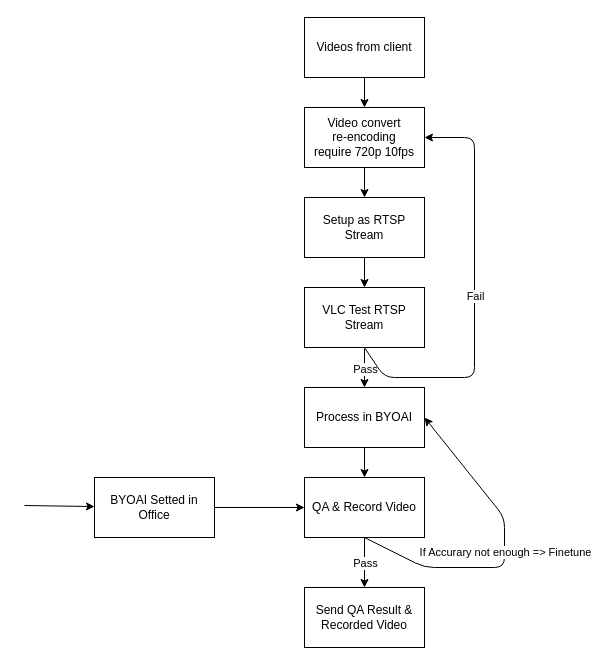
Earlier version of the draw.io diagram BYOAI Work Flow.drawio (QAlexBall/diagrams). Source tidied: cells renumbered, new cells numbered last; positions are measured from the earlier drawing's top-left corner, leaving out a move shared by most shapes. Both pictures are drawn from the tidied source at 100%, with x=0, y=0 at pixel (24, 17).
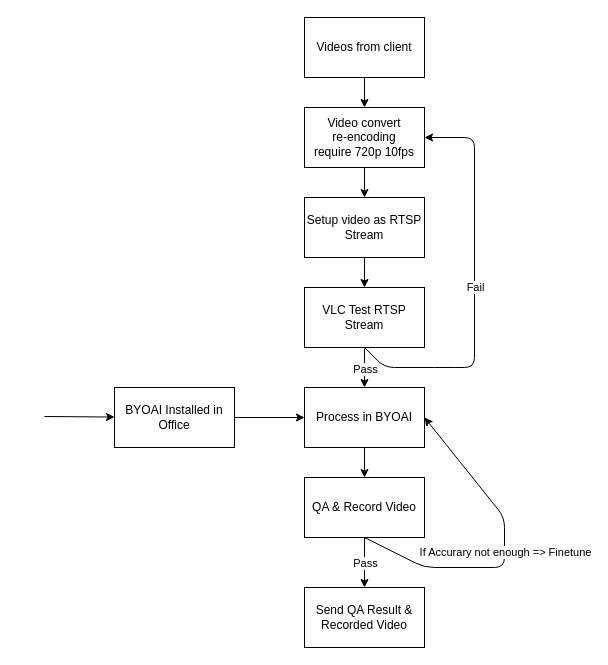
The same diagram, later.

Unchanged cells that the change refers to:
```xml
<mxCell id="4" value="Video convert&lt;br&gt;re-encoding&lt;br&gt;require 720p 10fps" style="rounded=0;whiteSpace=wrap;html=1;" parent="1" vertex="1">
  <mxGeometry x="280" y="90" width="120" height="60" as="geometry" />
</mxCell>
<mxCell id="7" value="VLC Test RTSP Stream" style="rounded=0;whiteSpace=wrap;html=1;" parent="1" vertex="1">
  <mxGeometry x="280" y="270" width="120" height="60" as="geometry" />
</mxCell>
<mxCell id="9" value="Process in BYOAI" style="rounded=0;whiteSpace=wrap;html=1;" parent="1" vertex="1">
  <mxGeometry x="280" y="370" width="120" height="60" as="geometry" />
</mxCell>
<mxCell id="14" value="QA &amp;amp; Record Video" style="rounded=0;whiteSpace=wrap;html=1;" parent="1" vertex="1">
  <mxGeometry x="280" y="460" width="120" height="60" as="geometry" />
</mxCell>
```

The edit, as a diff of the source:
```diff
@@
-    <mxCell id="6" value="Setup as RTSP Stream" style="rounded=0;whiteSpace=wrap;html=1;" parent="1" vertex="1">
+    <mxCell id="6" value="Setup video as RTSP Stream" style="rounded=0;whiteSpace=wrap;html=1;" parent="1" vertex="1">
       <mxGeometry x="280" y="180" width="120" height="60" as="geometry" />
     </mxCell>
@@
     <mxCell id="12" style="endArrow=classic;html=1;exitX=0.5;exitY=1;exitDx=0;exitDy=0;entryX=1;entryY=0.5;entryDx=0;entryDy=0;" parent="1" edge="1" source="7" target="4">
       <mxGeometry relative="1" as="geometry">
         <Array as="points">
-          <mxPoint x="360" y="360" />
-          <mxPoint x="450" y="360" />
+          <mxPoint x="360" y="350" />
+          <mxPoint x="420" y="350" />
+          <mxPoint x="450" y="350" />
           <mxPoint x="450" y="120" />
         </Array>
       </mxGeometry>
     </mxCell>
@@
     <mxCell id="21" style="endArrow=classic;html=1;" parent="1" edge="1" target="22">
       <mxGeometry relative="1" as="geometry">
-        <mxPoint y="488" as="sourcePoint" />
+        <mxPoint x="20" y="399" as="sourcePoint" />
       </mxGeometry>
     </mxCell>
-    <mxCell id="22" value="BYOAI Setted in Office" style="rounded=0;whiteSpace=wrap;html=1;" parent="1" vertex="1">
-      <mxGeometry x="70" y="460" width="120" height="60" as="geometry" />
+    <mxCell id="22" value="BYOAI Installed in Office" style="rounded=0;whiteSpace=wrap;html=1;" parent="1" vertex="1">
+      <mxGeometry x="90" y="370" width="120" height="60" as="geometry" />
     </mxCell>
-    <mxCell id="23" style="endArrow=classic;html=1;exitX=1;exitY=0.5;exitDx=0;exitDy=0;entryX=0;entryY=0.5;entryDx=0;entryDy=0;" parent="1" edge="1" source="22" target="14">
-      <mxGeometry relative="1" as="geometry" />
-    </mxCell>
+    <mxCell id="24" style="endArrow=classic;html=1;entryX=0;entryY=0.5;entryDx=0;entryDy=0;exitX=1;exitY=0.5;exitDx=0;exitDy=0;" parent="1" edge="1" source="22" target="9">
+      <mxGeometry relative="1" as="geometry" />
+    </mxCell>
```
